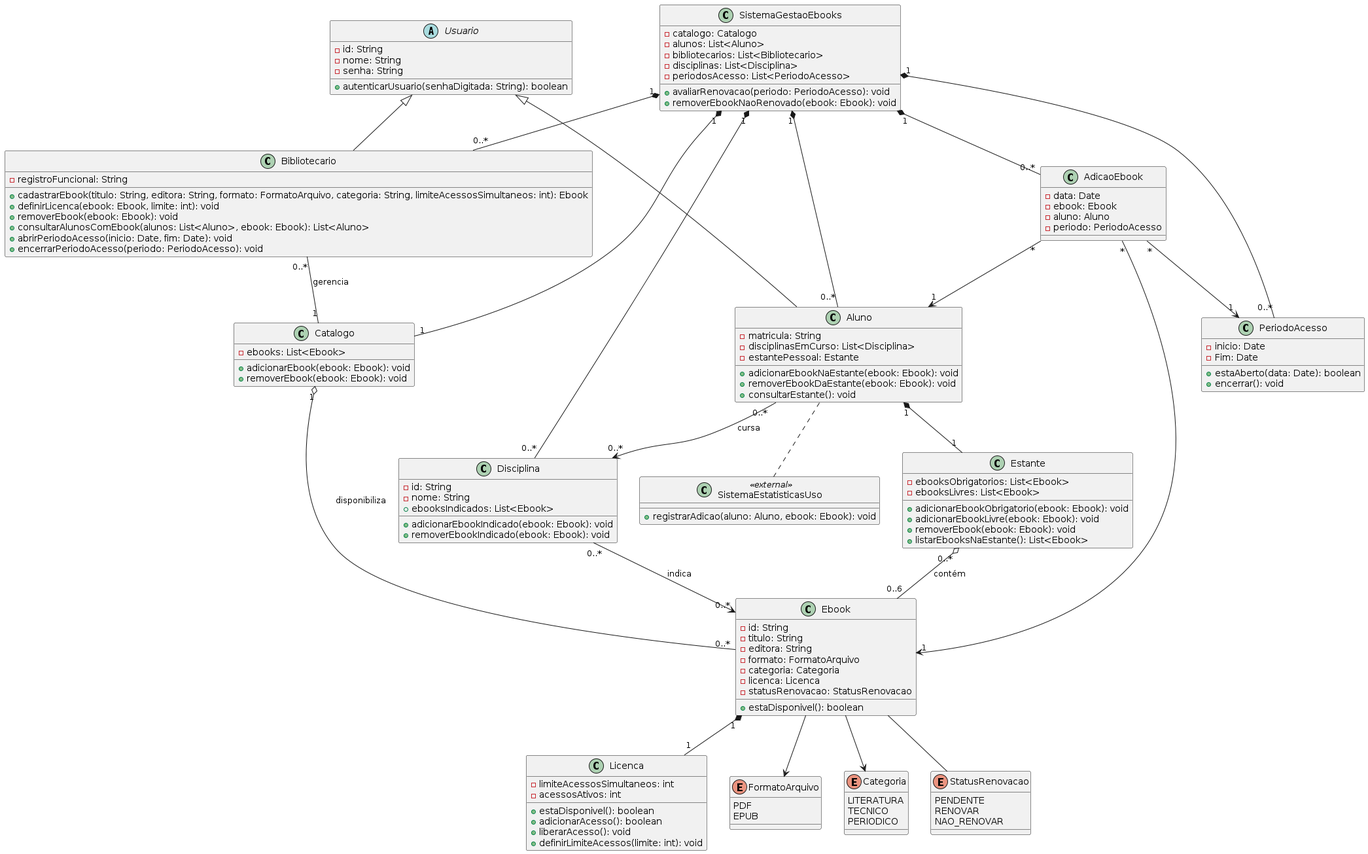
This is docs/diagramas/diagrama-de-classes.png from lucasnmc12/lab01-ebooks-biblioteca, a PlantUML export, as it was before one commit.
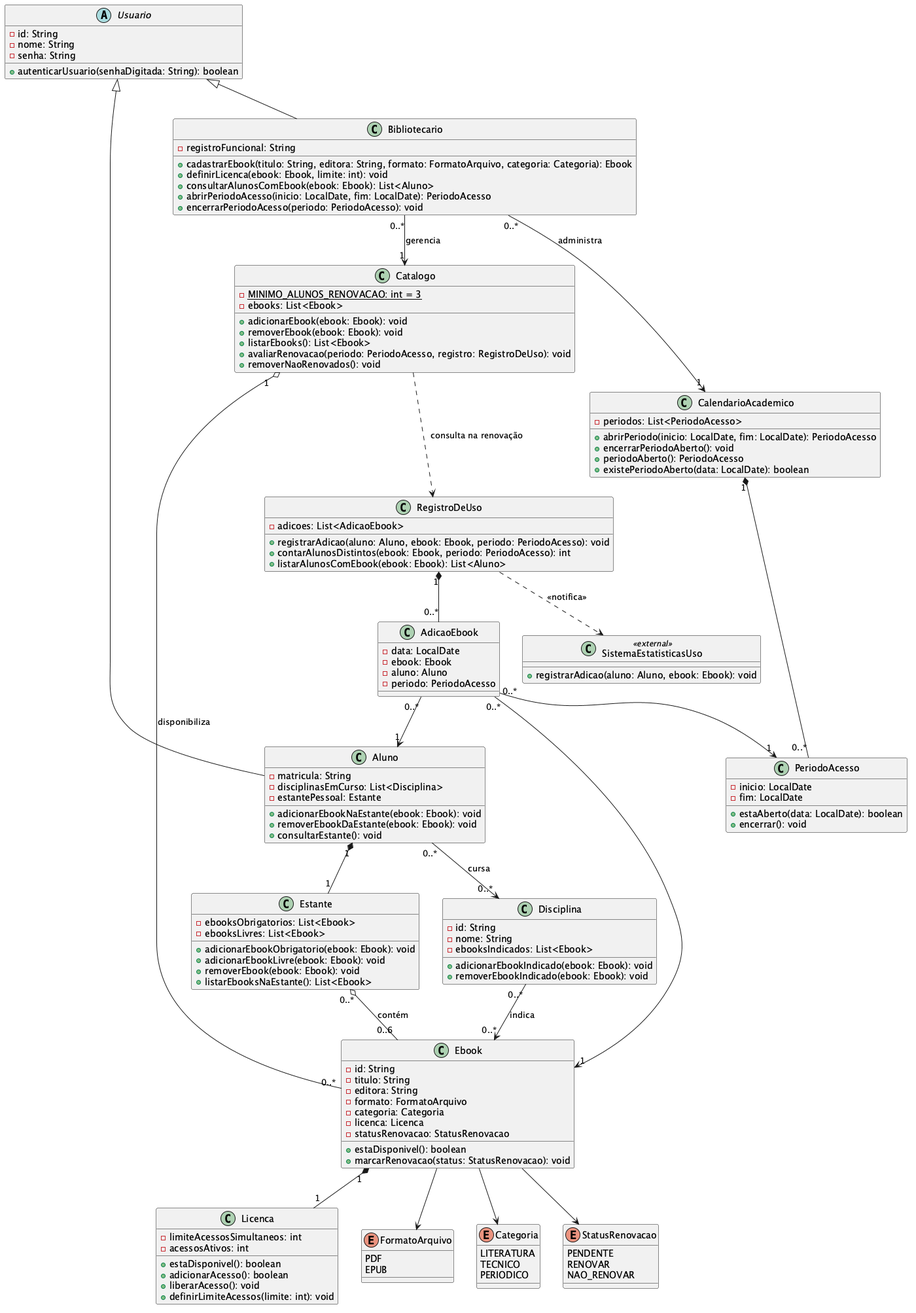
The same file after the commit.

The edit, as a diff of the source:
```diff
@@ -1,10 +1,16 @@
-@startuml
+@startuml diagrama_de_classes_ebooks
+
+
+skinparam shadowing false
+
+
 abstract class Usuario {
     -id: String
     -nome: String
     -senha: String
     +autenticarUsuario(senhaDigitada: String): boolean
 }
+
 
 class Aluno {
     -matricula: String
@@ -13,36 +19,6 @@
     +adicionarEbookNaEstante(ebook: Ebook): void
     +removerEbookDaEstante(ebook: Ebook): void
     +consultarEstante(): void
-}
-
-class Bibliotecario {
-    -registroFuncional: String
-    +cadastrarEbook(titulo: String, editora: String, formato: FormatoArquivo, categoria: String, limiteAcessosSimultaneos: int): Ebook
-    +definirLicenca(ebook: Ebook, limite: int): void
-    +removerEbook(ebook: Ebook): void
-    +consultarAlunosComEbook(alunos: List<Aluno>, ebook: Ebook): List<Aluno>
-    +abrirPeriodoAcesso(inicio: Date, fim: Date): void
-    +encerrarPeriodoAcesso(periodo: PeriodoAcesso): void
-}
-
-class Ebook {
-    -id: String
-    -titulo: String
-    -editora: String
-    -formato: FormatoArquivo
-    -categoria: Categoria
-    -licenca: Licenca
-    -statusRenovacao: StatusRenovacao
-    +estaDisponivel(): boolean
-}
-
-class Licenca {
-    -limiteAcessosSimultaneos: int
-    -acessosAtivos: int
-    +estaDisponivel(): boolean
-    +adicionarAcesso(): boolean
-    +liberarAcesso(): void
-    +definirLimiteAcessos(limite: int): void
 }
 
 class Estante {
@@ -57,16 +33,86 @@
 class Disciplina {
     -id: String
     -nome: String
-    +ebooksIndicados: List<Ebook>
+    -ebooksIndicados: List<Ebook>
     +adicionarEbookIndicado(ebook: Ebook): void
     +removerEbookIndicado(ebook: Ebook): void
 }
 
+
+class Bibliotecario {
+    -registroFuncional: String
+    +cadastrarEbook(titulo: String, editora: String, formato: FormatoArquivo, categoria: Categoria): Ebook
+    +definirLicenca(ebook: Ebook, limite: int): void
+    +consultarAlunosComEbook(ebook: Ebook): List<Aluno>
+    +abrirPeriodoAcesso(inicio: LocalDate, fim: LocalDate): PeriodoAcesso
+    +encerrarPeriodoAcesso(periodo: PeriodoAcesso): void
+}
+
+class Ebook {
+    -id: String
+    -titulo: String
+    -editora: String
+    -formato: FormatoArquivo
+    -categoria: Categoria
+    -licenca: Licenca
+    -statusRenovacao: StatusRenovacao
+    +estaDisponivel(): boolean
+    +marcarRenovacao(status: StatusRenovacao): void
+}
+
+class Licenca {
+    -limiteAcessosSimultaneos: int
+    -acessosAtivos: int
+    +estaDisponivel(): boolean
+    +adicionarAcesso(): boolean
+    +liberarAcesso(): void
+    +definirLimiteAcessos(limite: int): void
+}
+
 class Catalogo {
+    -{static} MINIMO_ALUNOS_RENOVACAO: int = 3
     -ebooks: List<Ebook>
     +adicionarEbook(ebook: Ebook): void
     +removerEbook(ebook: Ebook): void
+    +listarEbooks(): List<Ebook>
+    +avaliarRenovacao(periodo: PeriodoAcesso, registro: RegistroDeUso): void
+    +removerNaoRenovados(): void
 }
+
+class PeriodoAcesso {
+    -inicio: LocalDate
+    -fim: LocalDate
+    +estaAberto(data: LocalDate): boolean
+    +encerrar(): void
+}
+
+class CalendarioAcademico {
+    -periodos: List<PeriodoAcesso>
+    +abrirPeriodo(inicio: LocalDate, fim: LocalDate): PeriodoAcesso
+    +encerrarPeriodoAberto(): void
+    +periodoAberto(): PeriodoAcesso
+    +existePeriodoAberto(data: LocalDate): boolean
+}
+
+
+class AdicaoEbook {
+    -data: LocalDate
+    -ebook: Ebook
+    -aluno: Aluno
+    -periodo: PeriodoAcesso
+}
+
+class RegistroDeUso {
+    -adicoes: List<AdicaoEbook>
+    +registrarAdicao(aluno: Aluno, ebook: Ebook, periodo: PeriodoAcesso): void
+    +contarAlunosDistintos(ebook: Ebook, periodo: PeriodoAcesso): int
+    +listarAlunosComEbook(ebook: Ebook): List<Aluno>
+}
+
+class SistemaEstatisticasUso <<external>> {
+    +registrarAdicao(aluno: Aluno, ebook: Ebook): void
+}
+
 
 enum FormatoArquivo {
     PDF
@@ -85,65 +131,33 @@
     NAO_RENOVAR
 }
 
-class SistemaEstatisticasUso <<external>> {
-    +registrarAdicao(aluno: Aluno, ebook: Ebook): void
-}
-
-class PeriodoAcesso {
-    -inicio: Date
-    -Fim: Date
-    +estaAberto(data: Date): boolean
-    +encerrar(): void
-}
-
-class SistemaGestaoEbooks {
-    -catalogo: Catalogo
-    -alunos: List<Aluno>
-    -bibliotecarios: List<Bibliotecario>
-    -disciplinas: List<Disciplina>
-    -periodosAcesso: List<PeriodoAcesso>
-    +avaliarRenovacao(periodo: PeriodoAcesso): void
-    +removerEbookNaoRenovado(ebook: Ebook): void
-}
-
-class AdicaoEbook {
-    -data: Date
-    -ebook: Ebook
-    -aluno: Aluno
-    -periodo: PeriodoAcesso
-}
-
-SistemaGestaoEbooks "1" *-- "0..*" Aluno
-SistemaGestaoEbooks "1" *-- "0..*" Bibliotecario
-SistemaGestaoEbooks "1" *-- "0..*" Disciplina
-SistemaGestaoEbooks "1" *-- "0..*" PeriodoAcesso
-SistemaGestaoEbooks "1" *-- "1" Catalogo
-
-SistemaGestaoEbooks "1" *-- "0..*" AdicaoEbook
-
-AdicaoEbook "*" --> "1" Aluno
-AdicaoEbook "*" --> "1" Ebook
-AdicaoEbook "*" --> "1" PeriodoAcesso
 
 Usuario <|-- Aluno
 Usuario <|-- Bibliotecario
 
 Aluno "1" *-- "1" Estante
 Estante "0..*" o-- "0..6" Ebook : contém
-
-Bibliotecario "0..*" -- "1" Catalogo : gerencia
-
-Ebook "1" *-- "1" Licenca
-
+Aluno "0..*" --> "0..*" Disciplina : cursa
 Disciplina "0..*" --> "0..*" Ebook : indica
 
 Catalogo "1" o-- "0..*" Ebook : disponibiliza
-
-Aluno "0..*" --> "0..*" Disciplina : cursa
-
-Aluno .. SistemaEstatisticasUso
+Ebook "1" *-- "1" Licenca
 
 Ebook --> FormatoArquivo
 Ebook --> Categoria
-Ebook -- StatusRenovacao
+Ebook --> StatusRenovacao
+
+CalendarioAcademico "1" *-- "0..*" PeriodoAcesso
+
+Bibliotecario "0..*" --> "1" Catalogo : gerencia
+Bibliotecario "0..*" --> "1" CalendarioAcademico : administra
+
+RegistroDeUso "1" *-- "0..*" AdicaoEbook
+AdicaoEbook "0..*" --> "1" Aluno
+AdicaoEbook "0..*" --> "1" Ebook
+AdicaoEbook "0..*" --> "1" PeriodoAcesso
+
+Catalogo ..> RegistroDeUso : consulta na renovação
+RegistroDeUso ..> SistemaEstatisticasUso : <<notifica>>
+
 @enduml
```
